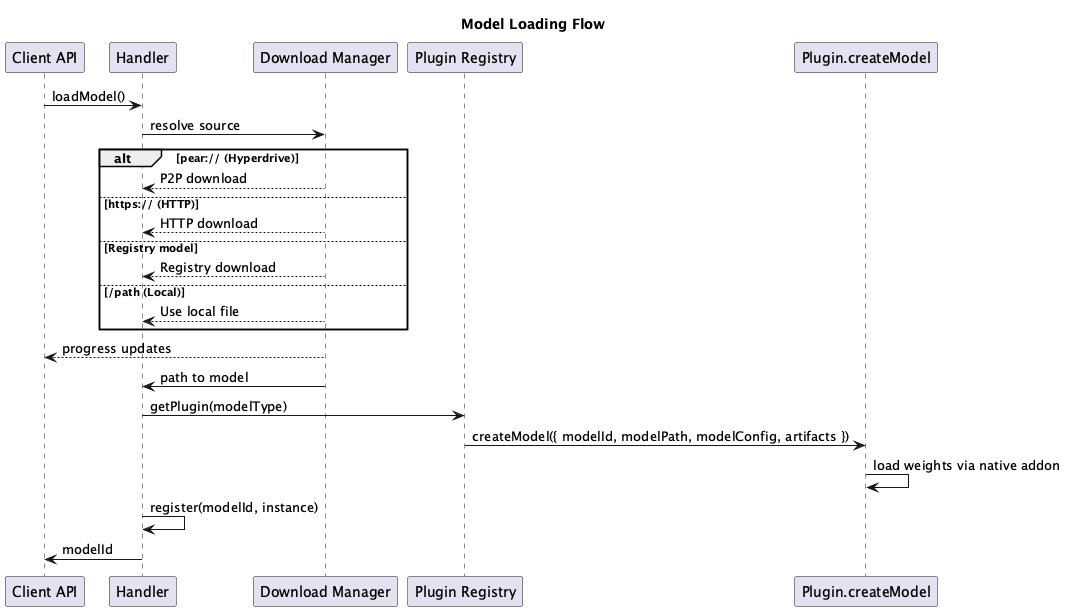
Earlier version of the PlantUML export docs/architecture/puml/images/08-model-loading-flow.png (Zbig9000/qvac).
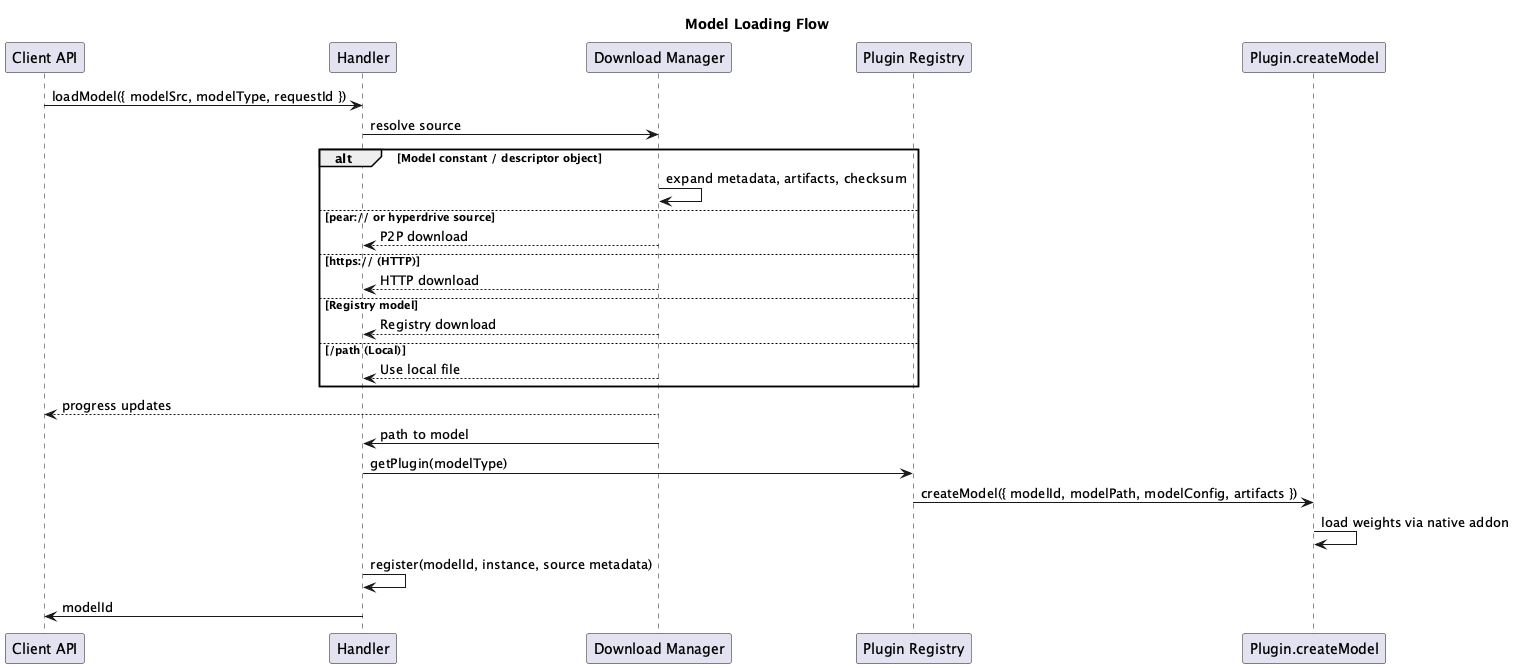
The same file after the commit.

The edit, as a diff of the source:
```diff
@@ -7,10 +7,12 @@
 participant "Plugin Registry" as PluginReg
 participant "Plugin.createModel" as Plugin
 
-Client -> Handler : loadModel()
+Client -> Handler : loadModel({ modelSrc, modelType, requestId })
 Handler -> Download : resolve source
 
-alt pear:// (Hyperdrive)
+alt Model constant / descriptor object
+    Download -> Download : expand metadata, artifacts, checksum
+else pear:// or hyperdrive source
     Download --> Handler : P2P download
 else https:// (HTTP)
     Download --> Handler : HTTP download
@@ -27,7 +29,7 @@
 PluginReg -> Plugin : createModel({ modelId, modelPath, modelConfig, artifacts })
 Plugin -> Plugin : load weights via native addon
 
-Handler -> Handler : register(modelId, instance)
+Handler -> Handler : register(modelId, instance, source metadata)
 Handler -> Client : modelId
 
 @enduml
```
